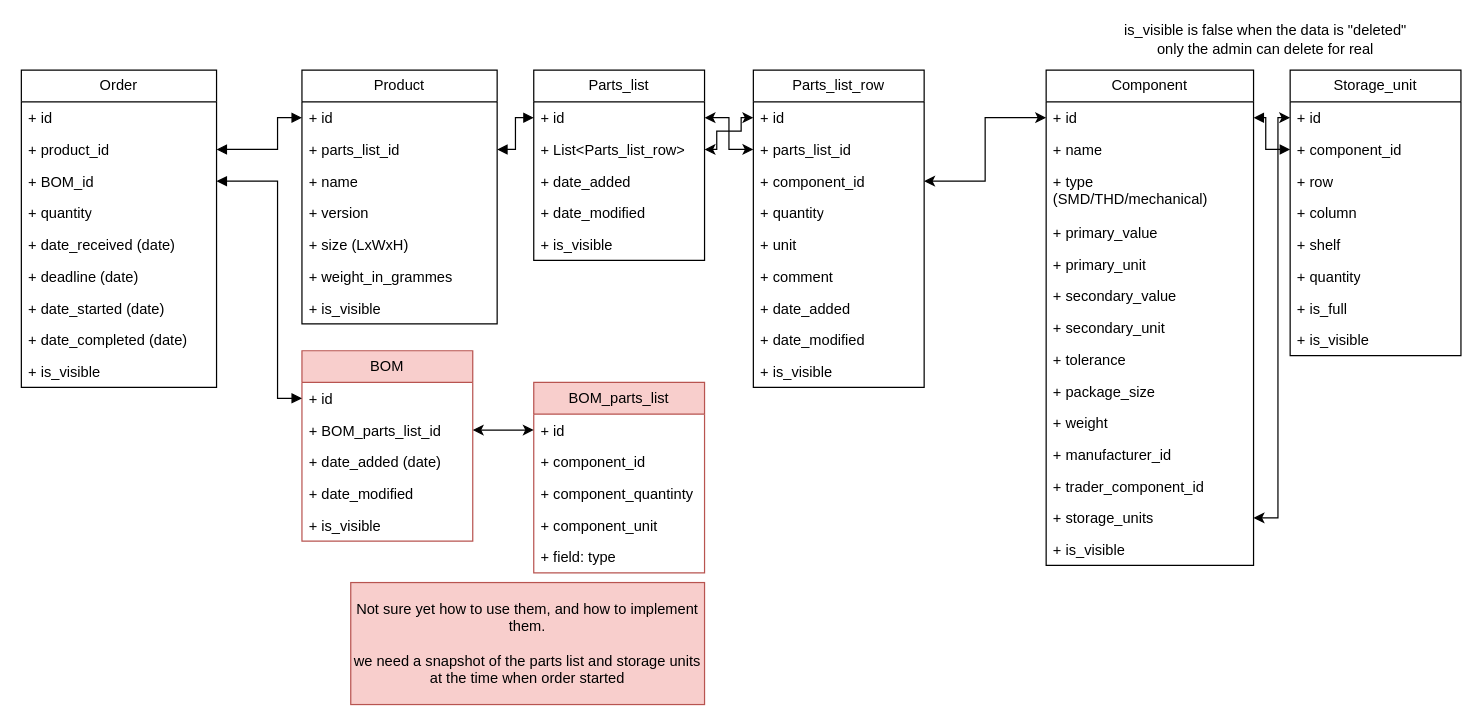
truSandor/basic-order-and-warehouse-management-app keeps this draw.io diagram as sql_tables_v2.0.drawio. Above is the earlier version. Source tidied: cells renumbered, new cells numbered last; positions are measured from the earlier drawing's top-left corner, leaving out a move shared by most shapes. Both pictures are drawn from the tidied source at 122%, with x=0, y=0 at pixel (21, 21).
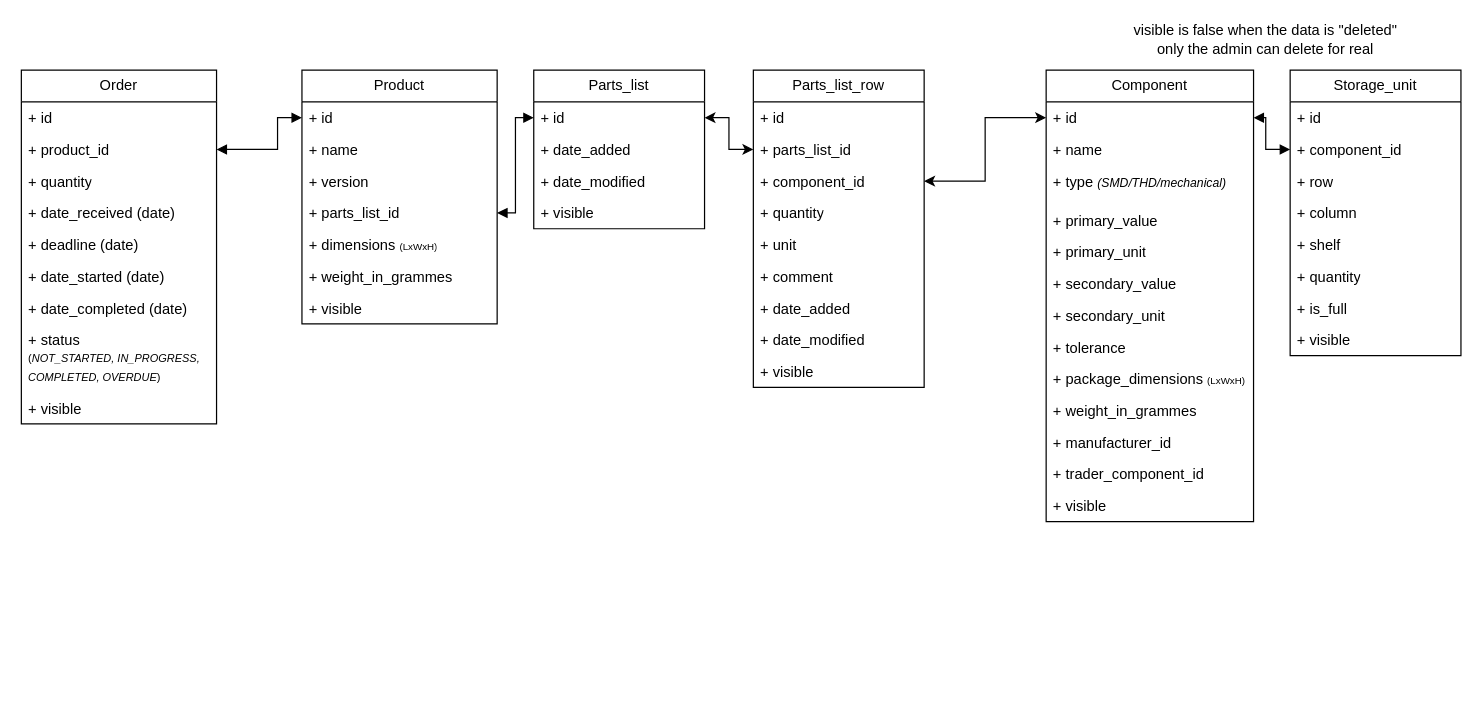
Above is the later version.

Unchanged cells that the change refers to:
```xml
<mxCell id="13" value="Product" style="swimlane;fontStyle=0;horizontal=1;startSize=26;fillColor=none;whiteSpace=wrap;html=1;" parent="1" vertex="1">
  <mxGeometry x="230" y="40" width="160" height="208" as="geometry" />
</mxCell>
<mxCell id="51" value="Storage_unit" style="swimlane;fontStyle=0;horizontal=1;startSize=26;fillColor=none;whiteSpace=wrap;html=1;" parent="1" vertex="1">
  <mxGeometry x="1040" y="40" width="140" height="234" as="geometry" />
</mxCell>
<mxCell id="52" value="+ id" style="text;strokeColor=none;fillColor=none;align=left;verticalAlign=top;spacingLeft=4;spacingRight=4;overflow=hidden;points=[[0,0.5],[1,0.5]];portConstraint=eastwest;whiteSpace=wrap;html=1;" parent="51" vertex="1">
  <mxGeometry y="26" width="140" height="26" as="geometry" />
</mxCell>
<mxCell id="71" value="Parts_list_row" style="swimlane;fontStyle=0;horizontal=1;startSize=26;fillColor=none;whiteSpace=wrap;html=1;" parent="1" vertex="1">
  <mxGeometry x="600" y="40" width="140" height="260" as="geometry" />
</mxCell>
<mxCell id="72" value="+ id" style="text;strokeColor=none;fillColor=none;align=left;verticalAlign=top;spacingLeft=4;spacingRight=4;overflow=hidden;points=[[0,0.5],[1,0.5]];portConstraint=eastwest;whiteSpace=wrap;html=1;" parent="71" vertex="1">
  <mxGeometry y="26" width="140" height="26" as="geometry" />
</mxCell>
```

The edit, as a diff of the source:
```diff
@@
     <mxCell id="3" value="Order" style="swimlane;fontStyle=0;horizontal=1;startSize=26;fillColor=none;whiteSpace=wrap;html=1;" parent="1" vertex="1">
-      <mxGeometry y="40" width="160" height="260" as="geometry" />
+      <mxGeometry y="40" width="160" height="290" as="geometry" />
     </mxCell>
@@
-    <mxCell id="6" value="+ BOM_id" style="text;strokeColor=none;fillColor=none;align=left;verticalAlign=top;spacingLeft=4;spacingRight=4;overflow=hidden;points=[[0,0.5],[1,0.5]];portConstraint=eastwest;whiteSpace=wrap;html=1;" parent="3" vertex="1">
-      <mxGeometry y="78" width="160" height="26" as="geometry" />
-    </mxCell>
     <mxCell id="7" value="+ quantity" style="text;strokeColor=none;fillColor=none;align=left;verticalAlign=top;spacingLeft=4;spacingRight=4;overflow=hidden;whiteSpace=wrap;html=1;" parent="3" vertex="1">
-      <mxGeometry y="104" width="160" height="26" as="geometry" />
+      <mxGeometry y="78" width="160" height="26" as="geometry" />
     </mxCell>
     <mxCell id="8" value="+ date_received (date)" style="text;strokeColor=none;fillColor=none;align=left;verticalAlign=top;spacingLeft=4;spacingRight=4;overflow=hidden;whiteSpace=wrap;html=1;" parent="3" vertex="1">
-      <mxGeometry y="130" width="160" height="26" as="geometry" />
+      <mxGeometry y="104" width="160" height="26" as="geometry" />
     </mxCell>
     <mxCell id="9" value="+ deadline (date)" style="text;strokeColor=none;fillColor=none;align=left;verticalAlign=top;spacingLeft=4;spacingRight=4;overflow=hidden;whiteSpace=wrap;html=1;" parent="3" vertex="1">
-      <mxGeometry y="156" width="160" height="26" as="geometry" />
+      <mxGeometry y="130" width="160" height="26" as="geometry" />
     </mxCell>
     <mxCell id="10" value="+ date_started (date)" style="text;strokeColor=none;fillColor=none;align=left;verticalAlign=top;spacingLeft=4;spacingRight=4;overflow=hidden;whiteSpace=wrap;html=1;" parent="3" vertex="1">
-      <mxGeometry y="182" width="160" height="26" as="geometry" />
+      <mxGeometry y="156" width="160" height="26" as="geometry" />
     </mxCell>
     <mxCell id="11" value="+ date_completed (date)" style="text;strokeColor=none;fillColor=none;align=left;verticalAlign=top;spacingLeft=4;spacingRight=4;overflow=hidden;whiteSpace=wrap;html=1;" parent="3" vertex="1">
-      <mxGeometry y="208" width="160" height="26" as="geometry" />
+      <mxGeometry y="182" width="160" height="26" as="geometry" />
     </mxCell>
+    <mxCell id="84" value="+ status&lt;br&gt;&lt;font style=&quot;font-size: 9px;&quot;&gt;(&lt;font style=&quot;font-size: 9px;&quot;&gt;&lt;i&gt;NOT_STARTED, IN_PROGRESS, COMPLETED, OVERDUE&lt;/i&gt;&lt;/font&gt;&lt;span style=&quot;background-color: initial;&quot;&gt;)&lt;/span&gt;&lt;/font&gt;" style="text;strokeColor=none;fillColor=none;align=left;verticalAlign=top;spacingLeft=4;spacingRight=4;overflow=hidden;whiteSpace=wrap;html=1;" parent="3" vertex="1">
+      <mxGeometry y="208" width="160" height="56" as="geometry" />
+    </mxCell>
-    <mxCell id="12" value="+ is_visible" style="text;strokeColor=none;fillColor=none;align=left;verticalAlign=top;spacingLeft=4;spacingRight=4;overflow=hidden;whiteSpace=wrap;html=1;" parent="3" vertex="1">
-      <mxGeometry y="234" width="160" height="26" as="geometry" />
+    <mxCell id="12" value="+ visible" style="text;strokeColor=none;fillColor=none;align=left;verticalAlign=top;spacingLeft=4;spacingRight=4;overflow=hidden;whiteSpace=wrap;html=1;" parent="3" vertex="1">
+      <mxGeometry y="264" width="160" height="26" as="geometry" />
     </mxCell>
@@
-    <mxCell id="15" value="+ parts_list_id" style="text;strokeColor=none;fillColor=none;align=left;verticalAlign=top;spacingLeft=4;spacingRight=4;overflow=hidden;points=[[0,0.5],[1,0.5]];portConstraint=eastwest;whiteSpace=wrap;html=1;" parent="13" vertex="1">
-      <mxGeometry y="52" width="160" height="26" as="geometry" />
-    </mxCell>
     <mxCell id="16" value="+ name" style="text;strokeColor=none;fillColor=none;align=left;verticalAlign=top;spacingLeft=4;spacingRight=4;overflow=hidden;whiteSpace=wrap;html=1;" parent="13" vertex="1">
-      <mxGeometry y="78" width="160" height="26" as="geometry" />
+      <mxGeometry y="52" width="160" height="26" as="geometry" />
     </mxCell>
     <mxCell id="17" value="+ version" style="text;strokeColor=none;fillColor=none;align=left;verticalAlign=top;spacingLeft=4;spacingRight=4;overflow=hidden;whiteSpace=wrap;html=1;" parent="13" vertex="1">
-      <mxGeometry y="104" width="160" height="26" as="geometry" />
+      <mxGeometry y="78" width="160" height="26" as="geometry" />
     </mxCell>
+    <mxCell id="15" value="+ parts_list_id" style="text;strokeColor=none;fillColor=none;align=left;verticalAlign=top;spacingLeft=4;spacingRight=4;overflow=hidden;points=[[0,0.5],[1,0.5]];portConstraint=eastwest;whiteSpace=wrap;html=1;" parent="13" vertex="1">
+      <mxGeometry y="104" width="160" height="26" as="geometry" />
+    </mxCell>
-    <mxCell id="18" value="+ size (LxWxH)" style="text;strokeColor=none;fillColor=none;align=left;verticalAlign=top;spacingLeft=4;spacingRight=4;overflow=hidden;whiteSpace=wrap;html=1;" parent="13" vertex="1">
+    <mxCell id="18" value="+ dimensions &lt;font style=&quot;font-size: 8px;&quot;&gt;(LxWxH)&lt;/font&gt;" style="text;strokeColor=none;fillColor=none;align=left;verticalAlign=top;spacingLeft=4;spacingRight=4;overflow=hidden;whiteSpace=wrap;html=1;" parent="13" vertex="1">
       <mxGeometry y="130" width="160" height="26" as="geometry" />
     </mxCell>
@@
-    <mxCell id="20" value="+ is_visible" style="text;strokeColor=none;fillColor=none;align=left;verticalAlign=top;spacingLeft=4;spacingRight=4;overflow=hidden;whiteSpace=wrap;html=1;" parent="13" vertex="1">
+    <mxCell id="20" value="+ visible" style="text;strokeColor=none;fillColor=none;align=left;verticalAlign=top;spacingLeft=4;spacingRight=4;overflow=hidden;whiteSpace=wrap;html=1;" parent="13" vertex="1">
       <mxGeometry y="182" width="160" height="26" as="geometry" />
     </mxCell>
-    <mxCell id="21" value="BOM" style="swimlane;fontStyle=0;horizontal=1;startSize=26;fillColor=#f8cecc;whiteSpace=wrap;html=1;strokeColor=#b85450;" parent="1" vertex="1">
-      <mxGeometry x="230" y="270" width="140" height="156" as="geometry" />
-    </mxCell>
-    <mxCell id="22" value="+ id" style="text;strokeColor=none;fillColor=none;align=left;verticalAlign=top;spacingLeft=4;spacingRight=4;overflow=hidden;points=[[0,0.5],[1,0.5]];portConstraint=eastwest;whiteSpace=wrap;html=1;" parent="21" vertex="1">
-      <mxGeometry y="26" width="140" height="26" as="geometry" />
-    </mxCell>
-    <mxCell id="23" value="+ BOM_parts_list_id" style="text;strokeColor=none;fillColor=none;align=left;verticalAlign=top;spacingLeft=4;spacingRight=4;overflow=hidden;points=[[0,0.5],[1,0.5]];portConstraint=eastwest;whiteSpace=wrap;html=1;" parent="21" vertex="1">
-      <mxGeometry y="52" width="140" height="26" as="geometry" />
-    </mxCell>
-    <mxCell id="24" value="+ date_added (date)" style="text;strokeColor=none;fillColor=none;align=left;verticalAlign=top;spacingLeft=4;spacingRight=4;overflow=hidden;whiteSpace=wrap;html=1;" parent="21" vertex="1">
-      <mxGeometry y="78" width="140" height="26" as="geometry" />
-    </mxCell>
-    <mxCell id="25" value="+ date_modified" style="text;strokeColor=none;fillColor=none;align=left;verticalAlign=top;spacingLeft=4;spacingRight=4;overflow=hidden;whiteSpace=wrap;html=1;" parent="21" vertex="1">
-      <mxGeometry y="104" width="140" height="26" as="geometry" />
-    </mxCell>
-    <mxCell id="26" value="+ is_visible" style="text;strokeColor=none;fillColor=none;align=left;verticalAlign=top;spacingLeft=4;spacingRight=4;overflow=hidden;whiteSpace=wrap;html=1;" parent="21" vertex="1">
-      <mxGeometry y="130" width="140" height="26" as="geometry" />
-    </mxCell>
@@
     <mxCell id="28" value="Parts_list" style="swimlane;fontStyle=0;horizontal=1;startSize=26;fillColor=none;whiteSpace=wrap;html=1;" parent="1" vertex="1">
-      <mxGeometry x="420" y="40" width="140" height="156" as="geometry" />
+      <mxGeometry x="420" y="40" width="140" height="130" as="geometry" />
     </mxCell>
@@
-    <mxCell id="30" value="+ List&amp;lt;Parts_list_row&amp;gt;" style="text;strokeColor=none;fillColor=none;align=left;verticalAlign=top;spacingLeft=4;spacingRight=4;overflow=hidden;points=[[0,0.5],[1,0.5]];portConstraint=eastwest;whiteSpace=wrap;html=1;" parent="28" vertex="1">
-      <mxGeometry y="52" width="140" height="26" as="geometry" />
-    </mxCell>
     <mxCell id="31" value="+ date_added" style="text;strokeColor=none;fillColor=none;align=left;verticalAlign=top;spacingLeft=4;spacingRight=4;overflow=hidden;whiteSpace=wrap;html=1;" parent="28" vertex="1">
-      <mxGeometry y="78" width="140" height="26" as="geometry" />
+      <mxGeometry y="52" width="140" height="26" as="geometry" />
     </mxCell>
     <mxCell id="32" value="+ date_modified" style="text;strokeColor=none;fillColor=none;align=left;verticalAlign=top;spacingLeft=4;spacingRight=4;overflow=hidden;whiteSpace=wrap;html=1;" parent="28" vertex="1">
-      <mxGeometry y="104" width="140" height="26" as="geometry" />
+      <mxGeometry y="78" width="140" height="26" as="geometry" />
     </mxCell>
-    <mxCell id="33" value="+ is_visible" style="text;strokeColor=none;fillColor=none;align=left;verticalAlign=top;spacingLeft=4;spacingRight=4;overflow=hidden;whiteSpace=wrap;html=1;" parent="28" vertex="1">
-      <mxGeometry y="130" width="140" height="26" as="geometry" />
+    <mxCell id="33" value="+ visible" style="text;strokeColor=none;fillColor=none;align=left;verticalAlign=top;spacingLeft=4;spacingRight=4;overflow=hidden;whiteSpace=wrap;html=1;" parent="28" vertex="1">
+      <mxGeometry y="104" width="140" height="26" as="geometry" />
     </mxCell>
-    <mxCell id="34" value="is_visible is false when the data is &quot;deleted&quot;&lt;br&gt;only the admin can delete for real" style="text;html=1;strokeColor=none;fillColor=none;align=center;verticalAlign=middle;whiteSpace=wrap;rounded=0;" parent="1" vertex="1">
+    <mxCell id="34" value="visible is false when the data is &quot;deleted&quot;&lt;br&gt;only the admin can delete for real" style="text;html=1;strokeColor=none;fillColor=none;align=center;verticalAlign=middle;whiteSpace=wrap;rounded=0;" parent="1" vertex="1">
       <mxGeometry x="890" width="260" height="30" as="geometry" />
     </mxCell>
@@
     <mxCell id="36" value="Component" style="swimlane;fontStyle=0;horizontal=1;startSize=26;fillColor=none;whiteSpace=wrap;html=1;" parent="1" vertex="1">
-      <mxGeometry x="840" y="40" width="170" height="406" as="geometry" />
+      <mxGeometry x="840" y="40" width="170" height="370" as="geometry" />
     </mxCell>
@@
-    <mxCell id="39" value="+ type (SMD/THD/mechanical)" style="text;strokeColor=none;fillColor=none;align=left;verticalAlign=top;spacingLeft=4;spacingRight=4;overflow=hidden;whiteSpace=wrap;html=1;" parent="36" vertex="1">
-      <mxGeometry y="78" width="170" height="42" as="geometry" />
+    <mxCell id="39" value="+ type &lt;i&gt;&lt;font style=&quot;font-size: 10px;&quot;&gt;(SMD/THD/mechanical)&lt;/font&gt;&lt;/i&gt;" style="text;strokeColor=none;fillColor=none;align=left;verticalAlign=top;spacingLeft=4;spacingRight=4;overflow=hidden;whiteSpace=wrap;html=1;" parent="36" vertex="1">
+      <mxGeometry y="78" width="170" height="32" as="geometry" />
     </mxCell>
     <mxCell id="40" value="+ primary_value" style="text;strokeColor=none;fillColor=none;align=left;verticalAlign=top;spacingLeft=4;spacingRight=4;overflow=hidden;whiteSpace=wrap;html=1;" parent="36" vertex="1">
-      <mxGeometry y="120" width="170" height="26" as="geometry" />
+      <mxGeometry y="110" width="170" height="26" as="geometry" />
     </mxCell>
     <mxCell id="41" value="+ primary_unit" style="text;strokeColor=none;fillColor=none;align=left;verticalAlign=top;spacingLeft=4;spacingRight=4;overflow=hidden;whiteSpace=wrap;html=1;" parent="36" vertex="1">
-      <mxGeometry y="146" width="170" height="26" as="geometry" />
+      <mxGeometry y="136" width="170" height="26" as="geometry" />
     </mxCell>
     <mxCell id="42" value="+ secondary_value" style="text;strokeColor=none;fillColor=none;align=left;verticalAlign=top;spacingLeft=4;spacingRight=4;overflow=hidden;whiteSpace=wrap;html=1;" parent="36" vertex="1">
-      <mxGeometry y="172" width="170" height="26" as="geometry" />
+      <mxGeometry y="162" width="170" height="26" as="geometry" />
     </mxCell>
     <mxCell id="43" value="+ secondary_unit" style="text;strokeColor=none;fillColor=none;align=left;verticalAlign=top;spacingLeft=4;spacingRight=4;overflow=hidden;whiteSpace=wrap;html=1;" parent="36" vertex="1">
-      <mxGeometry y="198" width="170" height="26" as="geometry" />
+      <mxGeometry y="188" width="170" height="26" as="geometry" />
     </mxCell>
     <mxCell id="44" value="+ tolerance" style="text;strokeColor=none;fillColor=none;align=left;verticalAlign=top;spacingLeft=4;spacingRight=4;overflow=hidden;whiteSpace=wrap;html=1;" parent="36" vertex="1">
-      <mxGeometry y="224" width="170" height="26" as="geometry" />
+      <mxGeometry y="214" width="170" height="26" as="geometry" />
     </mxCell>
-    <mxCell id="45" value="+ package_size" style="text;strokeColor=none;fillColor=none;align=left;verticalAlign=top;spacingLeft=4;spacingRight=4;overflow=hidden;whiteSpace=wrap;html=1;" parent="36" vertex="1">
-      <mxGeometry y="250" width="170" height="26" as="geometry" />
+    <mxCell id="45" value="+ package_dimensions &lt;font style=&quot;font-size: 8px;&quot;&gt;(LxWxH)&lt;/font&gt;" style="text;strokeColor=none;fillColor=none;align=left;verticalAlign=top;spacingLeft=4;spacingRight=4;overflow=hidden;whiteSpace=wrap;html=1;" parent="36" vertex="1">
+      <mxGeometry y="240" width="170" height="26" as="geometry" />
     </mxCell>
-    <mxCell id="46" value="+ weight" style="text;strokeColor=none;fillColor=none;align=left;verticalAlign=top;spacingLeft=4;spacingRight=4;overflow=hidden;whiteSpace=wrap;html=1;" parent="36" vertex="1">
-      <mxGeometry y="276" width="170" height="26" as="geometry" />
+    <mxCell id="46" value="+ weight_in_grammes" style="text;strokeColor=none;fillColor=none;align=left;verticalAlign=top;spacingLeft=4;spacingRight=4;overflow=hidden;whiteSpace=wrap;html=1;" parent="36" vertex="1">
+      <mxGeometry y="266" width="170" height="26" as="geometry" />
     </mxCell>
     <mxCell id="47" value="+ manufacturer_id" style="text;strokeColor=none;fillColor=none;align=left;verticalAlign=top;spacingLeft=4;spacingRight=4;overflow=hidden;whiteSpace=wrap;html=1;" parent="36" vertex="1">
-      <mxGeometry y="302" width="170" height="26" as="geometry" />
+      <mxGeometry y="292" width="170" height="26" as="geometry" />
     </mxCell>
     <mxCell id="48" value="+ trader_component_id" style="text;strokeColor=none;fillColor=none;align=left;verticalAlign=top;spacingLeft=4;spacingRight=4;overflow=hidden;whiteSpace=wrap;html=1;" parent="36" vertex="1">
-      <mxGeometry y="328" width="170" height="26" as="geometry" />
+      <mxGeometry y="318" width="170" height="26" as="geometry" />
     </mxCell>
-    <mxCell id="49" value="+ storage_units" style="text;strokeColor=none;fillColor=none;align=left;verticalAlign=top;spacingLeft=4;spacingRight=4;overflow=hidden;points=[[0,0.5],[1,0.5]];portConstraint=eastwest;whiteSpace=wrap;html=1;" parent="36" vertex="1">
-      <mxGeometry y="354" width="170" height="26" as="geometry" />
-    </mxCell>
-    <mxCell id="50" value="+ is_visible" style="text;strokeColor=none;fillColor=none;align=left;verticalAlign=top;spacingLeft=4;spacingRight=4;overflow=hidden;whiteSpace=wrap;html=1;" parent="36" vertex="1">
-      <mxGeometry y="380" width="170" height="26" as="geometry" />
+    <mxCell id="50" value="+ visible" style="text;strokeColor=none;fillColor=none;align=left;verticalAlign=top;spacingLeft=4;spacingRight=4;overflow=hidden;whiteSpace=wrap;html=1;" parent="36" vertex="1">
+      <mxGeometry y="344" width="170" height="26" as="geometry" />
     </mxCell>
@@
-    <mxCell id="59" value="+ is_visible" style="text;strokeColor=none;fillColor=none;align=left;verticalAlign=top;spacingLeft=4;spacingRight=4;overflow=hidden;whiteSpace=wrap;html=1;" parent="51" vertex="1">
+    <mxCell id="59" value="+ visible" style="text;strokeColor=none;fillColor=none;align=left;verticalAlign=top;spacingLeft=4;spacingRight=4;overflow=hidden;whiteSpace=wrap;html=1;" parent="51" vertex="1">
       <mxGeometry y="208" width="140" height="26" as="geometry" />
     </mxCell>
@@
-    <mxCell id="61" style="endArrow=block;startArrow=block;endFill=1;startFill=1;html=1;rounded=0;entryX=0;entryY=0.5;entryDx=0;entryDy=0;edgeStyle=orthogonalEdgeStyle;exitX=1;exitY=0.5;exitDx=0;exitDy=0;" parent="1" edge="1" source="6" target="22">
-      <mxGeometry relative="1" as="geometry">
-        <Array as="points">
-          <mxPoint x="210" y="131" />
-          <mxPoint x="210" y="309" />
-        </Array>
-      </mxGeometry>
-    </mxCell>
-    <mxCell id="62" style="endArrow=classic;startArrow=classic;html=1;rounded=0;entryX=0;entryY=0.5;entryDx=0;entryDy=0;exitX=1;exitY=0.5;exitDx=0;exitDy=0;edgeStyle=orthogonalEdgeStyle;" parent="1" edge="1" source="49" target="52">
-      <mxGeometry relative="1" as="geometry">
-        <Array as="points">
-          <mxPoint x="1030" y="407" />
-          <mxPoint x="1030" y="79" />
-        </Array>
-      </mxGeometry>
-    </mxCell>
-    <mxCell id="63" value="BOM_parts_list" style="swimlane;fontStyle=0;horizontal=1;startSize=26;fillColor=#f8cecc;whiteSpace=wrap;html=1;strokeColor=#b85450;" parent="1" vertex="1">
-      <mxGeometry x="420" y="296" width="140" height="156" as="geometry" />
-    </mxCell>
-    <mxCell id="64" value="+ id" style="text;strokeColor=none;fillColor=none;align=left;verticalAlign=top;spacingLeft=4;spacingRight=4;overflow=hidden;points=[[0,0.5],[1,0.5]];portConstraint=eastwest;whiteSpace=wrap;html=1;" parent="63" vertex="1">
-      <mxGeometry y="26" width="140" height="26" as="geometry" />
-    </mxCell>
-    <mxCell id="65" value="+ component_id" style="text;strokeColor=none;fillColor=none;align=left;verticalAlign=top;spacingLeft=4;spacingRight=4;overflow=hidden;whiteSpace=wrap;html=1;" parent="63" vertex="1">
-      <mxGeometry y="52" width="140" height="26" as="geometry" />
-    </mxCell>
-    <mxCell id="66" value="+ component_quantinty" style="text;strokeColor=none;fillColor=none;align=left;verticalAlign=top;spacingLeft=4;spacingRight=4;overflow=hidden;whiteSpace=wrap;html=1;" parent="63" vertex="1">
-      <mxGeometry y="78" width="140" height="26" as="geometry" />
-    </mxCell>
-    <mxCell id="67" value="+ component_unit" style="text;strokeColor=none;fillColor=none;align=left;verticalAlign=top;spacingLeft=4;spacingRight=4;overflow=hidden;whiteSpace=wrap;html=1;" parent="63" vertex="1">
-      <mxGeometry y="104" width="140" height="26" as="geometry" />
-    </mxCell>
-    <mxCell id="68" value="+ field: type" style="text;strokeColor=none;fillColor=none;align=left;verticalAlign=top;spacingLeft=4;spacingRight=4;overflow=hidden;whiteSpace=wrap;html=1;" parent="63" vertex="1">
-      <mxGeometry y="130" width="140" height="26" as="geometry" />
-    </mxCell>
-    <mxCell id="69" style="endArrow=classic;startArrow=classic;html=1;rounded=0;entryX=0;entryY=0.5;entryDx=0;entryDy=0;exitX=1;exitY=0.5;exitDx=0;exitDy=0;edgeStyle=orthogonalEdgeStyle;" parent="1" edge="1" source="23" target="64">
-      <mxGeometry relative="1" as="geometry" />
-    </mxCell>
-    <mxCell id="70" value="Not sure yet how to use them, and how to implement them.&lt;br&gt;&lt;br&gt;we need a snapshot of the parts list and storage units at the time when order started" style="text;html=1;strokeColor=#b85450;fillColor=#f8cecc;align=center;verticalAlign=middle;whiteSpace=wrap;rounded=0;" parent="1" vertex="1">
-      <mxGeometry x="270" y="460" width="290" height="100" as="geometry" />
-    </mxCell>
@@
-    <mxCell id="80" value="+ is_visible" style="text;strokeColor=none;fillColor=none;align=left;verticalAlign=top;spacingLeft=4;spacingRight=4;overflow=hidden;whiteSpace=wrap;html=1;" parent="71" vertex="1">
+    <mxCell id="80" value="+ visible" style="text;strokeColor=none;fillColor=none;align=left;verticalAlign=top;spacingLeft=4;spacingRight=4;overflow=hidden;whiteSpace=wrap;html=1;" parent="71" vertex="1">
       <mxGeometry y="234" width="140" height="26" as="geometry" />
     </mxCell>
@@
-    <mxCell id="82" style="endArrow=classic;startArrow=classic;html=1;rounded=0;entryX=0;entryY=0.5;entryDx=0;entryDy=0;exitX=1;exitY=0.5;exitDx=0;exitDy=0;edgeStyle=orthogonalEdgeStyle;" parent="1" edge="1" source="30" target="72">
-      <mxGeometry relative="1" as="geometry">
-        <Array as="points">
-          <mxPoint x="570" y="105" />
-          <mxPoint x="570" y="90" />
-          <mxPoint x="590" y="90" />
-          <mxPoint x="590" y="79" />
-        </Array>
-      </mxGeometry>
-    </mxCell>
```
